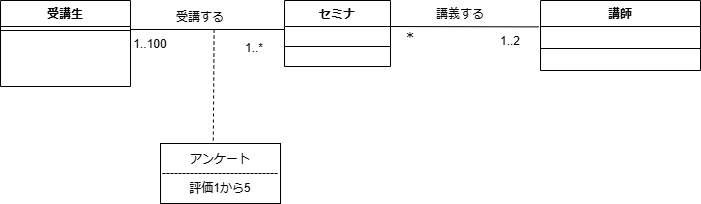
This is lesson 05-4.drawio.png from kenboasakura/UML_GettingStarted, a draw.io export, as it was before one commit. Source tidied: cells renumbered, new cells last; positions are measured from the earlier drawing's top-left corner, leaving out a move shared by most shapes.
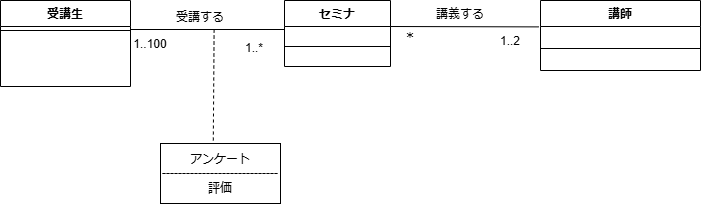
The same diagram one commit later.

What changed in the source:
```diff
@@ -14,7 +14,7 @@
     <mxCell id="4" value="講義する" style="text;strokeColor=none;fillColor=none;align=left;verticalAlign=top;spacingLeft=4;spacingRight=4;overflow=hidden;whiteSpace=wrap;html=1;" parent="1" vertex="1">
       <mxGeometry x="430" width="100" height="26" as="geometry" />
     </mxCell>
-    <mxCell id="5" value="アンケート&lt;div&gt;-----------------------------&lt;/div&gt;&lt;div&gt;評価1から5&lt;/div&gt;" style="rounded=0;whiteSpace=wrap;html=1;" parent="1" vertex="1">
+    <mxCell id="5" value="アンケート&lt;div&gt;-----------------------------&lt;/div&gt;&lt;div&gt;評価&lt;/div&gt;" style="rounded=0;whiteSpace=wrap;html=1;" parent="1" vertex="1">
       <mxGeometry x="160" y="143" width="120" height="60" as="geometry" />
     </mxCell>
     <mxCell id="6" value="セミナ" style="swimlane;fontStyle=1;align=center;verticalAlign=top;horizontal=1;startSize=26;whiteSpace=wrap;html=1;" parent="1" vertex="1">
```
